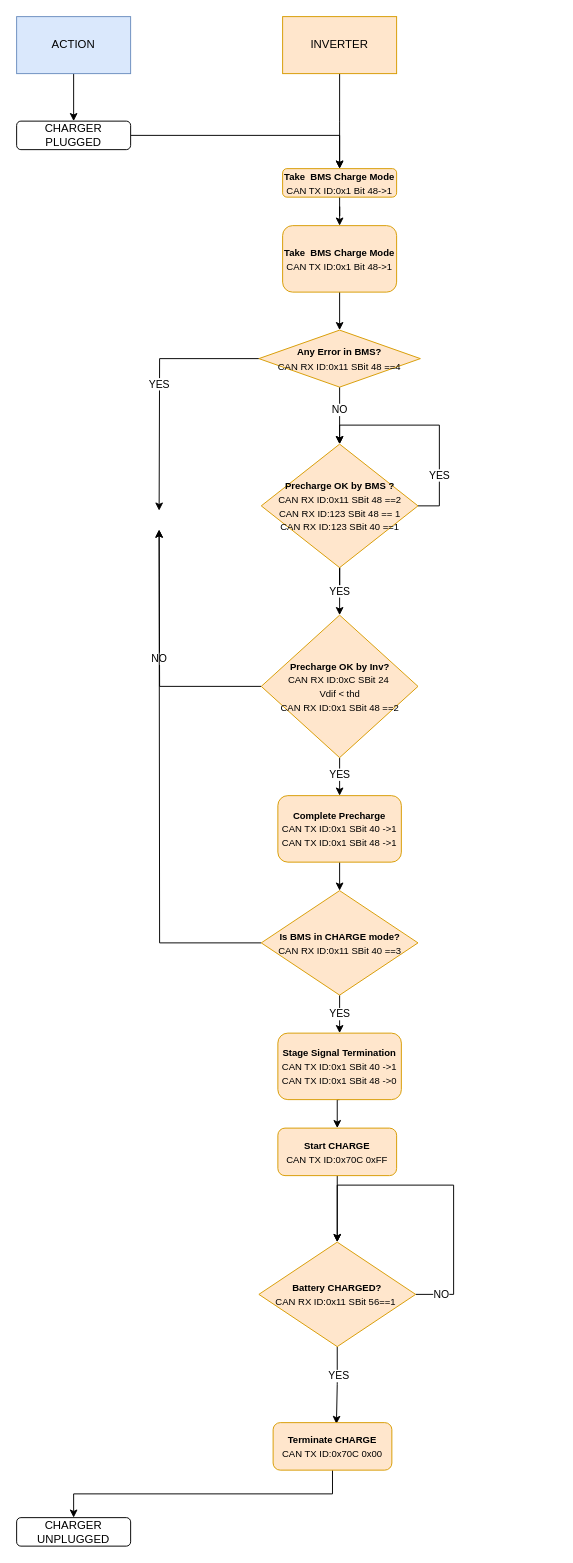
Earlier version of the draw.io diagram DRAWINGS/BMS_Charger.drawio (yusufselimkaratas/Draw_Io). Source tidied: cells renumbered, new cells numbered last; positions are measured from the earlier drawing's top-left corner, leaving out a move shared by most shapes. Both pictures are drawn from the tidied source at 95%, with x=0, y=0 at pixel (16, 16).
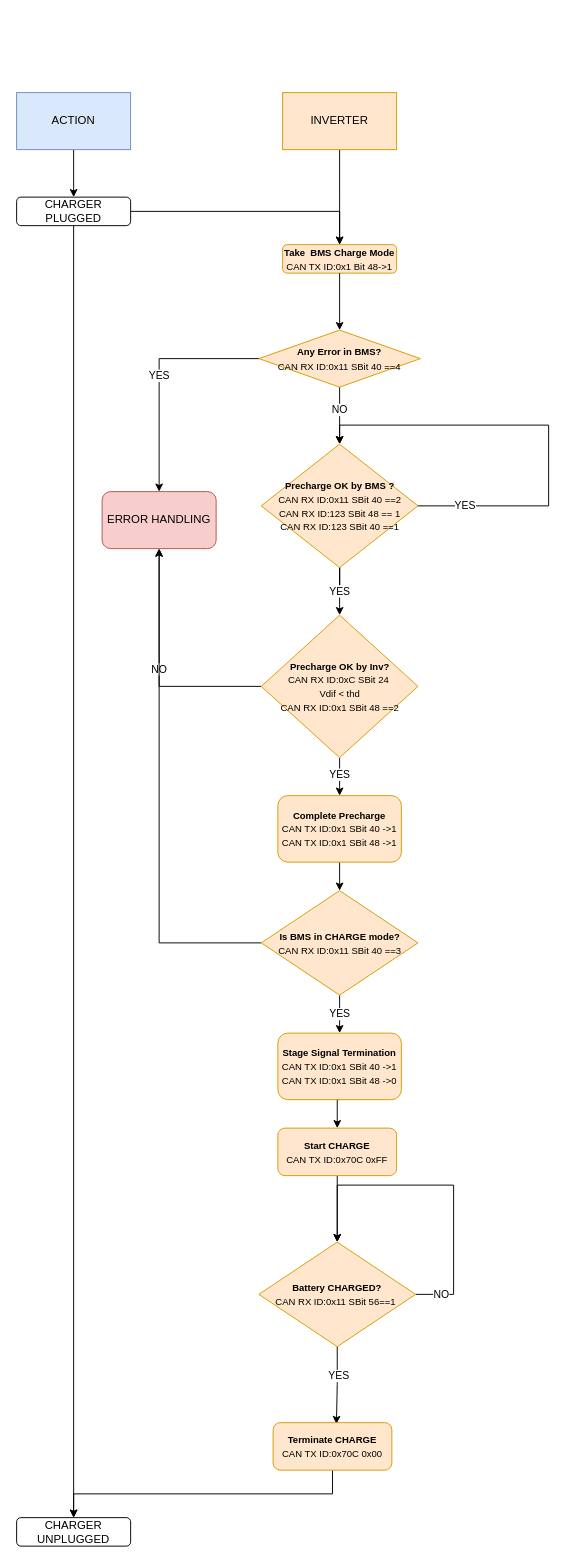
The same page after the edit.

The change refers to these unchanged cells:
```xml
<mxCell id="22" value="&lt;font style=&quot;font-size: 10px&quot;&gt;&lt;b&gt;Precharge OK by Inv?&lt;/b&gt;&lt;br&gt;CAN RX ID:0xC SBit 24&amp;nbsp;&lt;br&gt;Vdif &amp;lt; thd&lt;br&gt;CAN RX ID:0x1 SBit 48 ==2&lt;br&gt;&lt;/font&gt;" style="rhombus;whiteSpace=wrap;html=1;fillColor=#ffe6cc;strokeColor=#d79b00;" parent="1" vertex="1">
  <mxGeometry x="257.5" y="630" width="165" height="150" as="geometry" />
</mxCell>
<mxCell id="27" value="&lt;font style=&quot;font-size: 10px&quot;&gt;&lt;b&gt;Is BMS in CHARGE mode?&lt;br&gt;&lt;/b&gt;CAN RX ID:0x11 SBit 40 ==3&lt;br&gt;&lt;/font&gt;" style="rhombus;whiteSpace=wrap;html=1;fillColor=#ffe6cc;strokeColor=#d79b00;" parent="1" vertex="1">
  <mxGeometry x="257.5" y="920" width="165" height="110" as="geometry" />
</mxCell>
<mxCell id="38" value="CHARGER UNPLUGGED" style="rounded=1;whiteSpace=wrap;html=1;" parent="1" vertex="1">
  <mxGeometry y="1580" width="120" height="30" as="geometry" />
</mxCell>
```

What changed in the source:
```diff
@@
     <mxCell id="3" value="ACTION" style="rounded=0;whiteSpace=wrap;html=1;fillColor=#dae8fc;strokeColor=#6c8ebf;" parent="1" vertex="1">
-      <mxGeometry width="120" height="60" as="geometry" />
+      <mxGeometry y="80" width="120" height="60" as="geometry" />
     </mxCell>
     <mxCell id="4" style="edgeStyle=orthogonalEdgeStyle;rounded=0;jettySize=auto;html=1;exitX=0.5;exitY=1;exitDx=0;exitDy=0;" parent="1" edge="1" source="5">
       <mxGeometry relative="1" as="geometry">
-        <mxPoint x="340" y="160" as="targetPoint" />
+        <mxPoint x="340" y="240" as="targetPoint" />
       </mxGeometry>
     </mxCell>
     <mxCell id="5" value="INVERTER" style="rounded=0;whiteSpace=wrap;html=1;fillColor=#ffe6cc;strokeColor=#d79b00;" parent="1" vertex="1">
-      <mxGeometry x="280" width="120" height="60" as="geometry" />
+      <mxGeometry x="280" y="80" width="120" height="60" as="geometry" />
     </mxCell>
@@
+    <mxCell id="39" style="edgeStyle=orthogonalEdgeStyle;rounded=0;jettySize=auto;html=1;exitX=0.5;exitY=1;exitDx=0;exitDy=0;entryX=0.5;entryY=0;entryDx=0;entryDy=0;" parent="1" edge="1" source="7" target="38">
+      <mxGeometry relative="1" as="geometry" />
+    </mxCell>
     <mxCell id="7" value="CHARGER PLUGGED" style="rounded=1;whiteSpace=wrap;html=1;" parent="1" vertex="1">
-      <mxGeometry y="110" width="120" height="30" as="geometry" />
+      <mxGeometry y="190" width="120" height="30" as="geometry" />
     </mxCell>
-    <mxCell id="8" style="edgeStyle=orthogonalEdgeStyle;rounded=0;jettySize=auto;html=1;exitX=0.5;exitY=1;exitDx=0;exitDy=0;" parent="1" edge="1" source="9" target="11">
-      <mxGeometry relative="1" as="geometry" />
-    </mxCell>
     <mxCell id="9" value="&lt;font style=&quot;font-size: 10px&quot;&gt;&lt;b&gt;Take&amp;nbsp; BMS Charge Mode&lt;/b&gt;&lt;br&gt;CAN TX ID:0x1 Bit 48-&amp;gt;1&lt;/font&gt;" style="rounded=1;whiteSpace=wrap;html=1;fillColor=#ffe6cc;strokeColor=#d79b00;" parent="1" vertex="1">
-      <mxGeometry x="280" y="160" width="120" height="30" as="geometry" />
+      <mxGeometry x="280" y="240" width="120" height="30" as="geometry" />
     </mxCell>
-    <mxCell id="10" style="edgeStyle=orthogonalEdgeStyle;rounded=0;jettySize=auto;html=1;exitX=0.5;exitY=1;exitDx=0;exitDy=0;" parent="1" edge="1" source="11" target="14">
+    <mxCell id="10" style="edgeStyle=orthogonalEdgeStyle;rounded=0;jettySize=auto;html=1;exitX=0.5;exitY=1;exitDx=0;exitDy=0;" parent="1" edge="1" source="9" target="14">
       <mxGeometry relative="1" as="geometry" />
     </mxCell>
-    <mxCell id="11" value="&lt;font style=&quot;font-size: 10px&quot;&gt;&lt;b&gt;Take&amp;nbsp; BMS Charge Mode&lt;/b&gt;&lt;br&gt;CAN TX ID:0x1 Bit 48-&amp;gt;1&lt;/font&gt;" style="rounded=1;whiteSpace=wrap;html=1;fillColor=#ffe6cc;strokeColor=#d79b00;" parent="1" vertex="1">
-      <mxGeometry x="280" y="220" width="120" height="70" as="geometry" />
-    </mxCell>
@@
-    <mxCell id="13" value="YES" style="edgeStyle=orthogonalEdgeStyle;rounded=0;jettySize=auto;html=1;exitX=0;exitY=0.5;exitDx=0;exitDy=0;" parent="1" edge="1" source="14">
-      <mxGeometry relative="1" as="geometry">
-        <mxPoint x="150" y="520" as="targetPoint" />
-      </mxGeometry>
+    <mxCell id="13" value="YES" style="edgeStyle=orthogonalEdgeStyle;rounded=0;jettySize=auto;html=1;exitX=0;exitY=0.5;exitDx=0;exitDy=0;entryX=0.5;entryY=0;entryDx=0;entryDy=0;" parent="1" edge="1" source="14" target="40">
+      <mxGeometry relative="1" as="geometry" />
     </mxCell>
-    <mxCell id="14" value="&lt;font style=&quot;font-size: 10px&quot;&gt;&lt;b&gt;Any Error in BMS?&lt;/b&gt;&lt;br&gt;CAN RX ID:0x11 SBit 48 ==4&lt;/font&gt;" style="rhombus;whiteSpace=wrap;html=1;fillColor=#ffe6cc;strokeColor=#d79b00;" parent="1" vertex="1">
+    <mxCell id="14" value="&lt;font style=&quot;font-size: 10px&quot;&gt;&lt;b&gt;Any Error in BMS?&lt;/b&gt;&lt;br&gt;CAN RX ID:0x11 SBit 40 ==4&lt;/font&gt;" style="rhombus;whiteSpace=wrap;html=1;fillColor=#ffe6cc;strokeColor=#d79b00;" parent="1" vertex="1">
       <mxGeometry x="255" y="330" width="170" height="60" as="geometry" />
     </mxCell>
     <mxCell id="15" value="YES" style="edgeStyle=orthogonalEdgeStyle;rounded=0;orthogonalLoop=1;jettySize=auto;html=1;entryX=0.5;entryY=0;entryDx=0;entryDy=0;exitX=1;exitY=0.5;exitDx=0;exitDy=0;" parent="1" edge="1" source="18" target="18">
-      <mxGeometry x="-0.52" relative="1" as="geometry">
+      <mxGeometry x="-0.79" relative="1" as="geometry">
         <Array as="points">
-          <mxPoint x="445" y="515" />
-          <mxPoint x="445" y="430" />
+          <mxPoint x="560" y="515" />
+          <mxPoint x="560" y="430" />
           <mxPoint x="340" y="430" />
         </Array>
-        <mxPoint y="1" as="offset" />
       </mxGeometry>
     </mxCell>
@@
-    <mxCell id="18" value="&lt;font style=&quot;font-size: 10px&quot;&gt;&lt;b&gt;Precharge OK by BMS ?&lt;/b&gt;&lt;br&gt;CAN RX ID:0x11 SBit 48 ==2&lt;br&gt;CAN RX ID:123 SBit 48 == 1&lt;br&gt;CAN RX ID:123 SBit 40 ==1&lt;br&gt;&lt;/font&gt;" style="rhombus;whiteSpace=wrap;html=1;fillColor=#ffe6cc;strokeColor=#d79b00;" parent="1" vertex="1">
+    <mxCell id="18" value="&lt;font style=&quot;font-size: 10px&quot;&gt;&lt;b&gt;Precharge OK by BMS ?&lt;/b&gt;&lt;br&gt;CAN RX ID:0x11 SBit 40 ==2&lt;br&gt;CAN RX ID:123 SBit 48 == 1&lt;br&gt;CAN RX ID:123 SBit 40 ==1&lt;br&gt;&lt;/font&gt;" style="rhombus;whiteSpace=wrap;html=1;fillColor=#ffe6cc;strokeColor=#d79b00;" parent="1" vertex="1">
       <mxGeometry x="257.5" y="450" width="165" height="130" as="geometry" />
     </mxCell>
-    <mxCell id="19" value="NO" style="edgeStyle=orthogonalEdgeStyle;rounded=0;jettySize=auto;html=1;exitX=0;exitY=0.5;exitDx=0;exitDy=0;" parent="1" edge="1" source="22">
-      <mxGeometry relative="1" as="geometry">
-        <mxPoint x="150" y="540" as="targetPoint" />
-      </mxGeometry>
+    <mxCell id="19" value="NO" style="edgeStyle=orthogonalEdgeStyle;rounded=0;jettySize=auto;html=1;exitX=0;exitY=0.5;exitDx=0;exitDy=0;entryX=0.5;entryY=1;entryDx=0;entryDy=0;" parent="1" edge="1" source="22" target="40">
+      <mxGeometry relative="1" as="geometry" />
     </mxCell>
@@
-    <mxCell id="25" style="edgeStyle=orthogonalEdgeStyle;rounded=0;jettySize=auto;html=1;exitX=0;exitY=0.5;exitDx=0;exitDy=0;" parent="1" edge="1" source="27">
-      <mxGeometry relative="1" as="geometry">
-        <mxPoint x="150" y="540" as="targetPoint" />
-      </mxGeometry>
+    <mxCell id="25" style="edgeStyle=orthogonalEdgeStyle;rounded=0;jettySize=auto;html=1;exitX=0;exitY=0.5;exitDx=0;exitDy=0;entryX=0.5;entryY=1;entryDx=0;entryDy=0;" parent="1" edge="1" source="27" target="40">
+      <mxGeometry relative="1" as="geometry" />
     </mxCell>
@@
+    <mxCell id="40" value="ERROR HANDLING" style="rounded=1;whiteSpace=wrap;html=1;fillColor=#f8cecc;strokeColor=#b85450;" parent="1" vertex="1">
+      <mxGeometry x="90" y="500" width="120" height="60" as="geometry" />
+    </mxCell>
```
